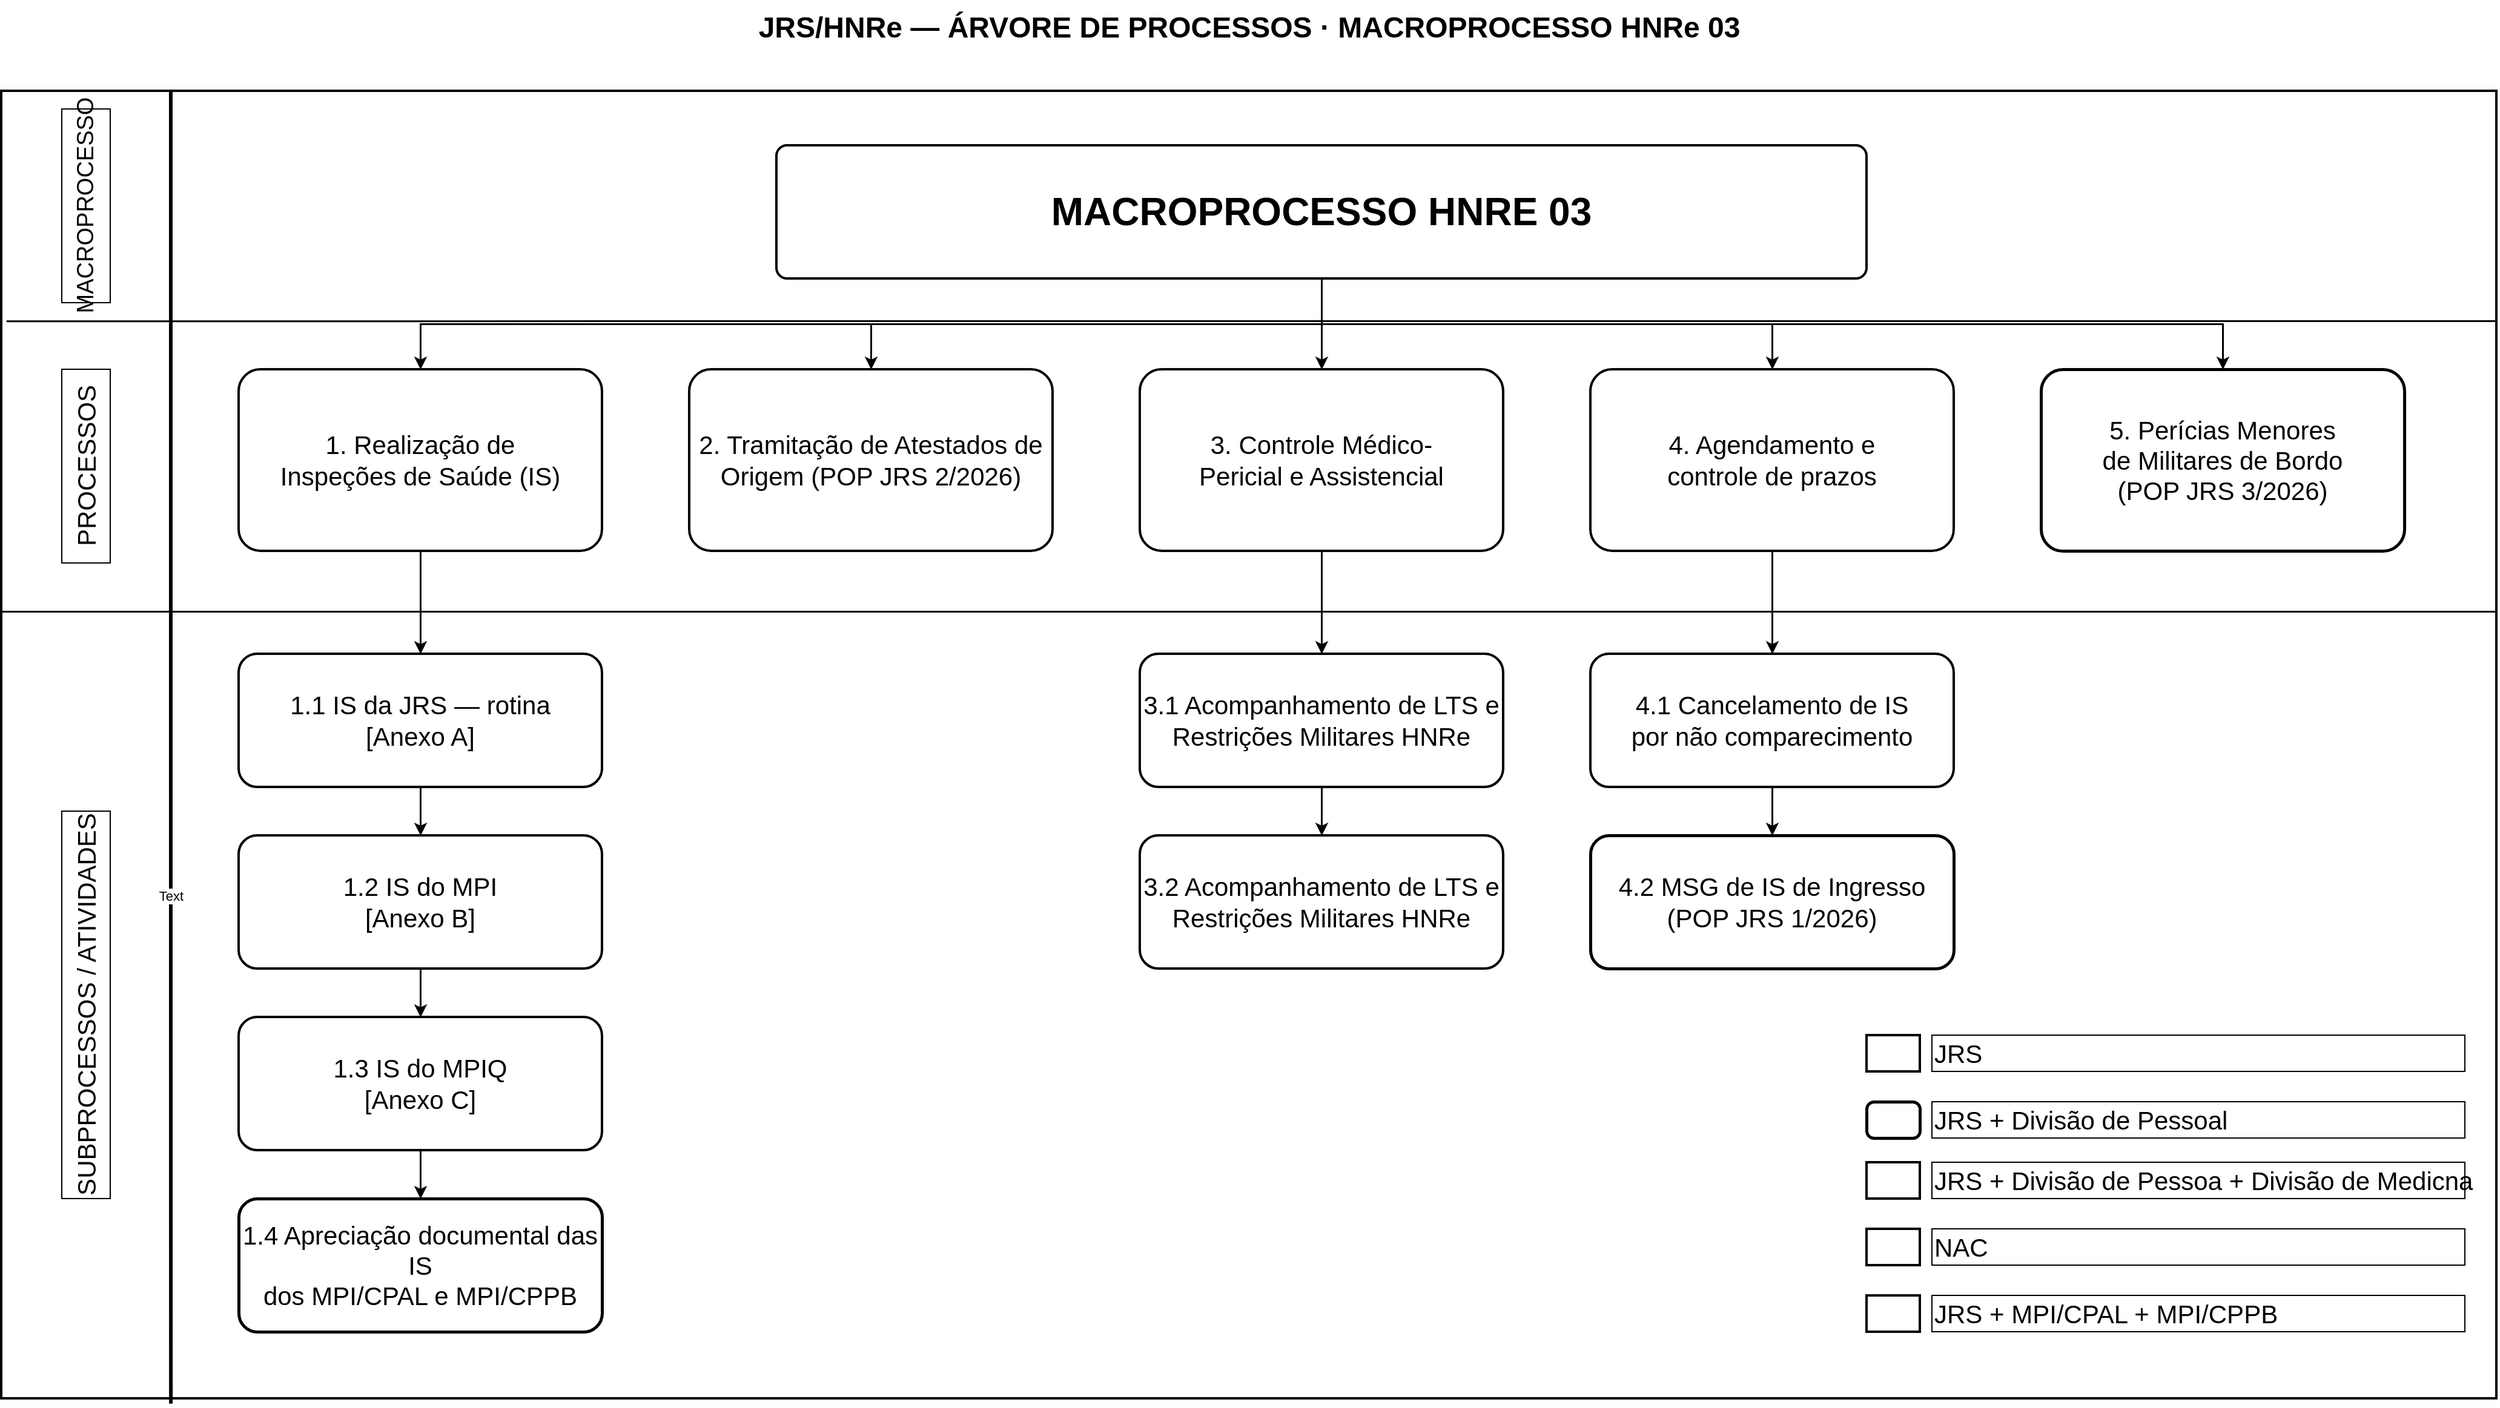
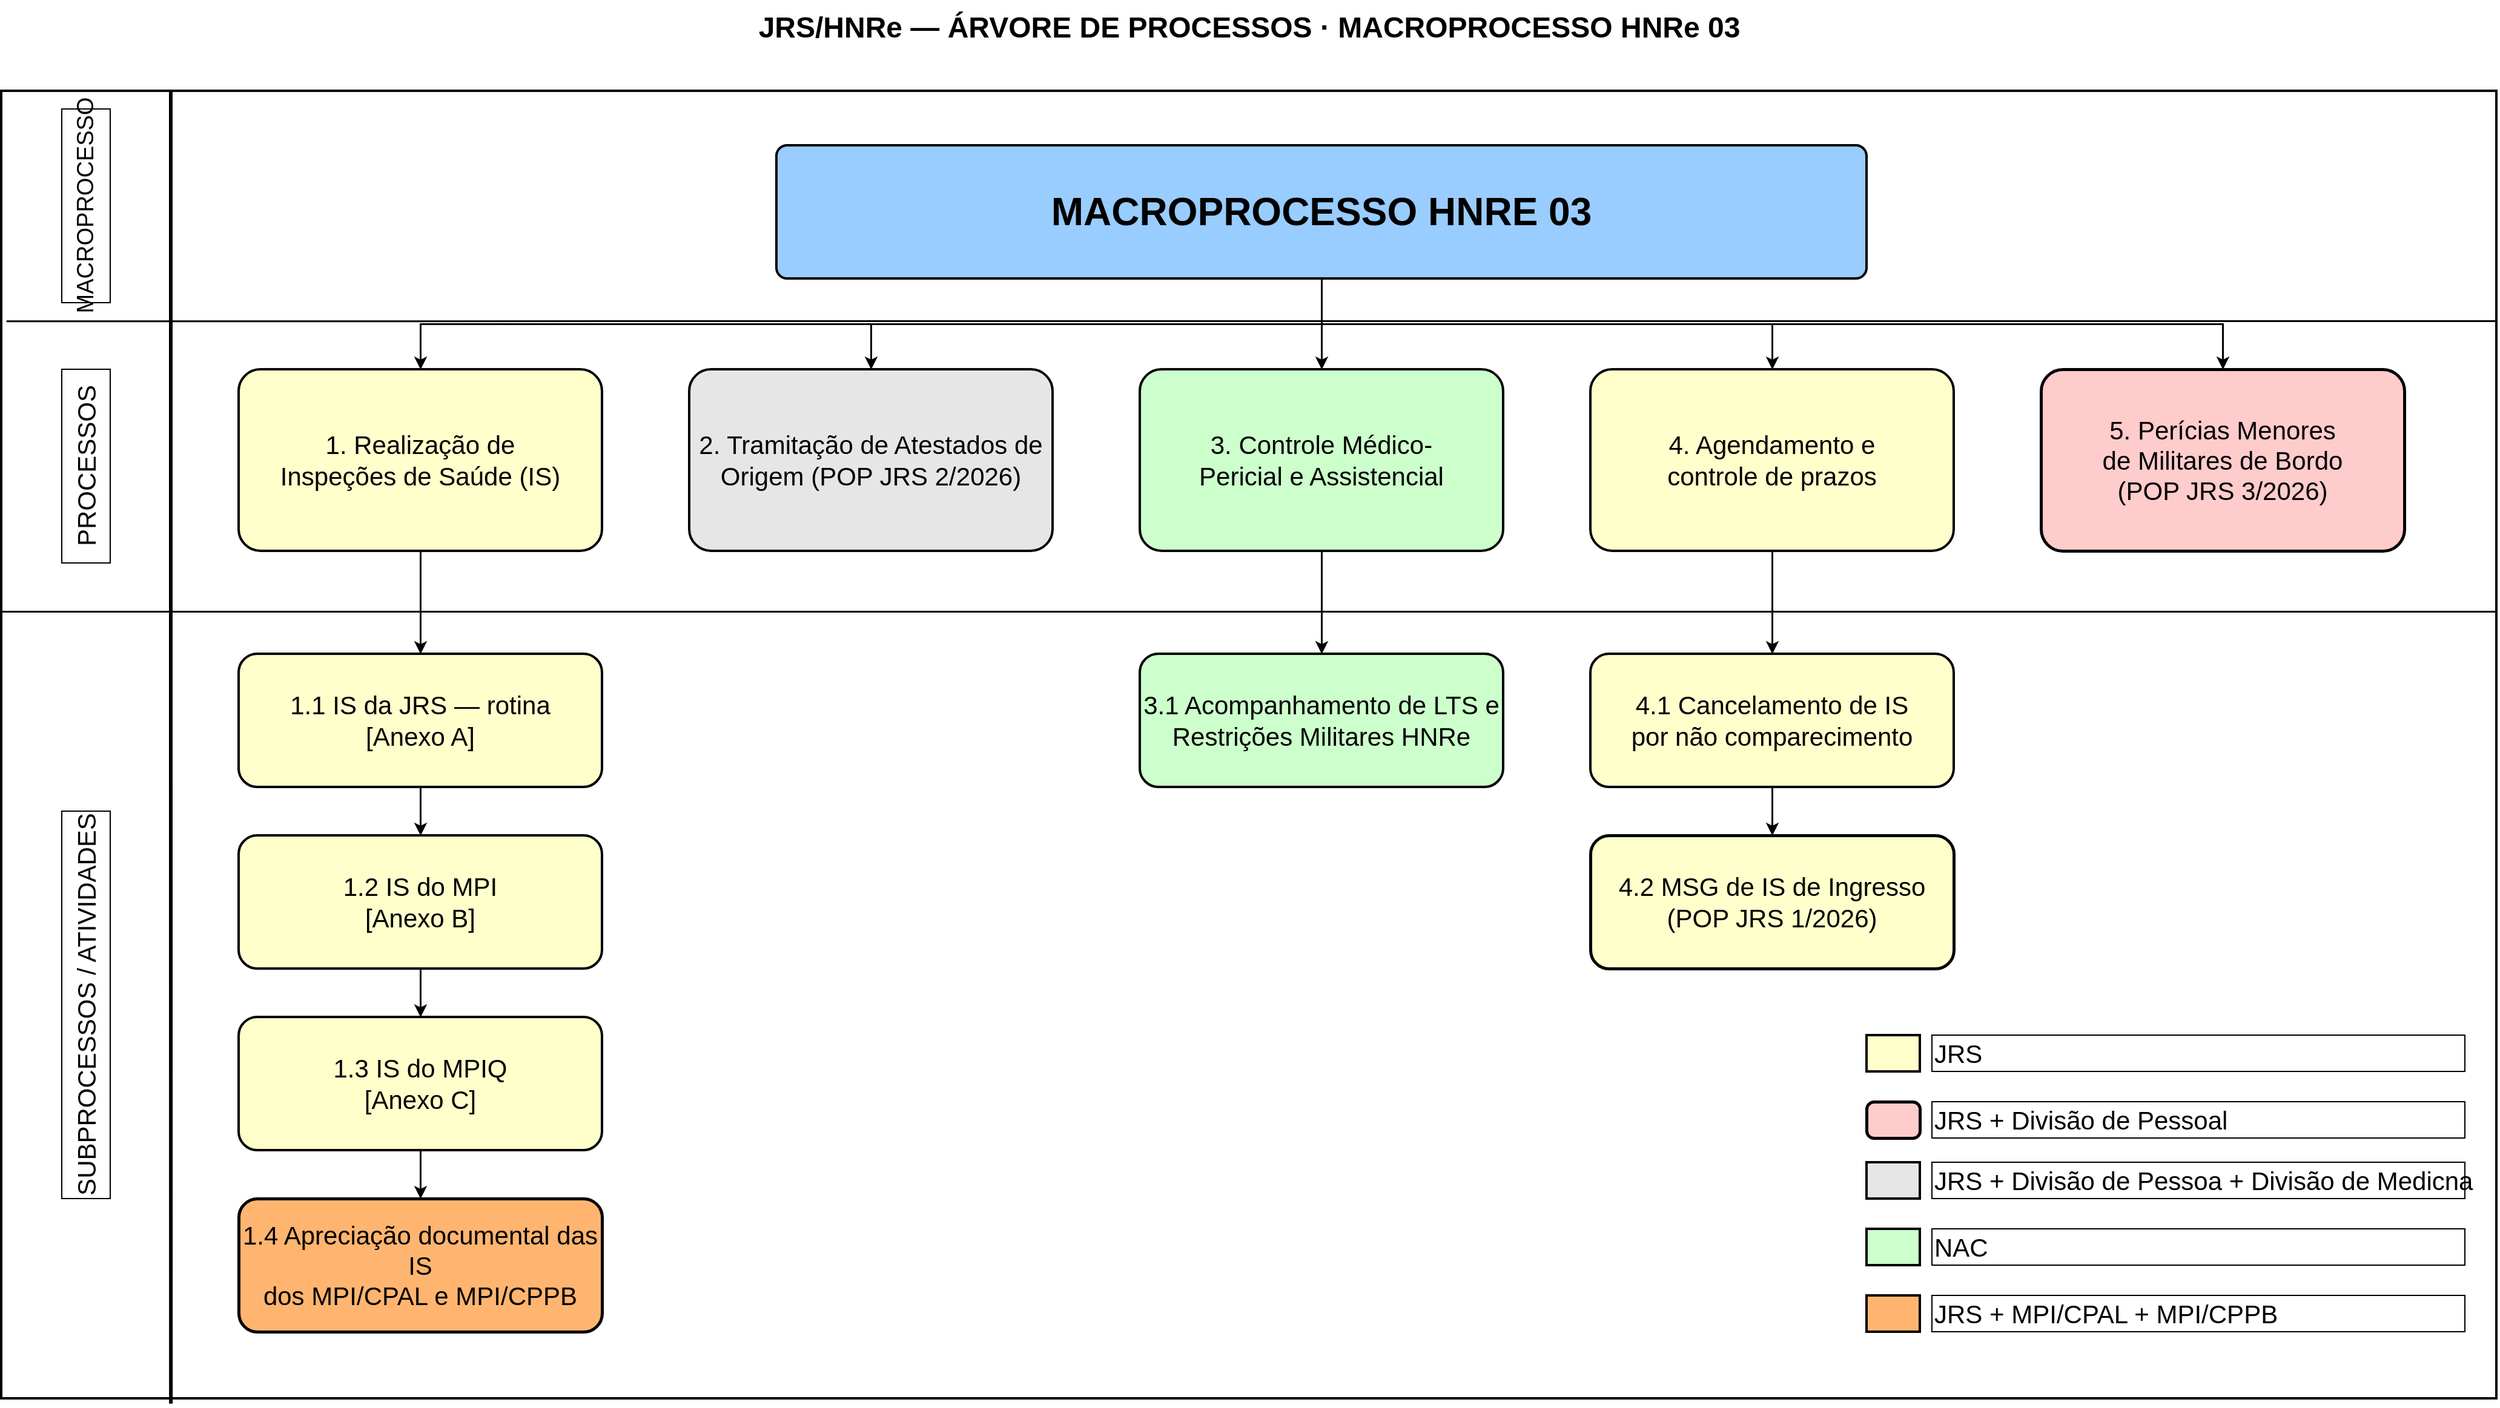
<mxfile host="app.diagrams.net">
  <diagram id="6kTDRHf5yJb3ey97pPQ_" name="Página-2">
    <mxGraphModel dx="2076" dy="1573" grid="1" gridSize="10" guides="1" tooltips="1" connect="1" arrows="1" fold="1" page="1" pageScale="1" pageWidth="1169" pageHeight="827" background="light-dark(#FFFFFF,#FFFFFF)" math="0" shadow="0">
      <root>
        <mxCell id="0" />
        <mxCell id="1" parent="0" />
        <mxCell id="6d7ICHkEUxfARChrh0_i-1" parent="1" style="text;html=1;align=center;verticalAlign=middle;fontSize=24;fontStyle=1;fillColor=none;" value="JRS/HNRe — ÁRVORE DE PROCESSOS · MACROPROCESSO HNRe 03" vertex="1">
          <mxGeometry height="45" width="2060" x="60" y="35" as="geometry" />
        </mxCell>
        <mxCell id="6d7ICHkEUxfARChrh0_i-2" parent="1" style="rounded=0;whiteSpace=wrap;html=1;strokeWidth=2;fillColor=none;strokeColor=light-dark(#000000,#000000);fontFamily=Helvetica;fontColor=light-dark(#000000,#000000);fontSize=21;labelBorderColor=none;labelBackgroundColor=none;convertToSvg=1;svgWhiteSpace=wrap;fontStyle=0" value="" vertex="1">
          <mxGeometry height="1080" width="2060" x="60" y="110" as="geometry" />
        </mxCell>
        <mxCell id="6d7ICHkEUxfARChrh0_i-3" edge="1" parent="1" style="endArrow=none;html=1;strokeWidth=3;fillColor=none;strokeColor=light-dark(#000000,#000000);fontFamily=Helvetica;fontColor=light-dark(#000000,#000000);fontSize=21;labelBorderColor=none;labelBackgroundColor=none;convertToSvg=1;fontStyle=0;entryX=0.068;entryY=1.004;entryDx=0;entryDy=0;entryPerimeter=0;rounded=0;curved=0;" target="6d7ICHkEUxfARChrh0_i-2" value="">
          <mxGeometry relative="1" as="geometry">
            <Array as="points">
              <mxPoint x="200" y="650" />
            </Array>
            <mxPoint x="200" y="110" as="sourcePoint" />
            <mxPoint x="200" y="1190" as="targetPoint" />
-           </mxGeometry>
-         </mxCell>
-         <mxCell id="6d7ICHkEUxfARChrh0_i-47" connectable="0" parent="6d7ICHkEUxfARChrh0_i-3" style="edgeLabel;html=1;align=center;verticalAlign=middle;resizable=0;points=[];" value="Text" vertex="1">
-           <mxGeometry relative="1" x="0.2259" as="geometry">
-             <mxPoint as="offset" />
          </mxGeometry>
        </mxCell>
        <mxCell id="6d7ICHkEUxfARChrh0_i-4" edge="1" parent="1" source="6d7ICHkEUxfARChrh0_i-2" style="endArrow=none;html=1;strokeWidth=1.5;fillColor=none;strokeColor=light-dark(#000000,#000000);fontFamily=Helvetica;fontColor=light-dark(#000000,#000000);fontSize=21;labelBorderColor=none;labelBackgroundColor=none;convertToSvg=1;fontStyle=0;exitX=0.002;exitY=0.176;exitDx=0;exitDy=0;exitPerimeter=0;" value="">
          <mxGeometry relative="1" as="geometry">
            <mxPoint x="60" y="300" as="sourcePoint" />
            <mxPoint x="2120" y="300" as="targetPoint" />
          </mxGeometry>
        </mxCell>
        <mxCell id="6d7ICHkEUxfARChrh0_i-5" edge="1" parent="1" style="endArrow=none;html=1;strokeWidth=1.5;fillColor=none;strokeColor=light-dark(#000000,#000000);fontFamily=Helvetica;fontColor=light-dark(#000000,#000000);fontSize=21;labelBorderColor=none;labelBackgroundColor=none;convertToSvg=1;fontStyle=0" value="">
          <mxGeometry relative="1" as="geometry">
            <mxPoint x="60" y="540" as="sourcePoint" />
            <mxPoint x="2120" y="540" as="targetPoint" />
          </mxGeometry>
        </mxCell>
        <mxCell id="6d7ICHkEUxfARChrh0_i-6" parent="1" style="text;html=1;horizontal=0;align=center;verticalAlign=middle;fontSize=19;fontStyle=0;fillColor=none;strokeColor=light-dark(#000000,transparent);fontFamily=Helvetica;fontColor=light-dark(#000000,#000000);labelBorderColor=none;labelBackgroundColor=none;convertToSvg=1;" value="MACROPROCESSO" vertex="1">
          <mxGeometry height="160" width="40" x="110" y="125" as="geometry" />
        </mxCell>
        <mxCell id="6d7ICHkEUxfARChrh0_i-7" parent="1" style="text;html=1;horizontal=0;align=center;verticalAlign=middle;fontSize=21;fontStyle=0;fillColor=none;strokeColor=light-dark(#000000,transparent);fontFamily=Helvetica;fontColor=light-dark(#000000,#000000);labelBorderColor=none;labelBackgroundColor=none;convertToSvg=1;strokeWidth=1;" value="PROCESSOS" vertex="1">
          <mxGeometry height="160" width="40" x="110" y="340" as="geometry" />
        </mxCell>
        <mxCell id="6d7ICHkEUxfARChrh0_i-8" parent="1" style="text;html=1;horizontal=0;align=center;verticalAlign=middle;fontSize=21;fontStyle=0;fillColor=none;strokeColor=light-dark(#000000,transparent);fontFamily=Helvetica;fontColor=light-dark(#000000,#000000);labelBorderColor=none;labelBackgroundColor=none;convertToSvg=1;" value="SUBPROCESSOS / ATIVIDADES" vertex="1">
          <mxGeometry height="320" width="40" x="110" y="705" as="geometry" />
        </mxCell>
-         <mxCell id="6d7ICHkEUxfARChrh0_i-9" parent="1" style="rounded=1;whiteSpace=wrap;html=1;arcSize=8;strokeWidth=2;fontSize=32;fontStyle=1;verticalAlign=middle;align=center;fillColor=light-dark(#FFFFFF,#99CCFF);strokeColor=light-dark(#000000,#000000);fontFamily=Helvetica;fontColor=light-dark(#000000,#000000);labelBorderColor=none;labelBackgroundColor=none;convertToSvg=1;svgWhiteSpace=wrap;" value="MACROPROCESSO HNRE 03" vertex="1">
+         <mxCell id="6d7ICHkEUxfARChrh0_i-9" parent="1" style="rounded=1;whiteSpace=wrap;html=1;arcSize=8;strokeWidth=2;fontSize=32;fontStyle=1;verticalAlign=middle;align=center;fillColor=light-dark(#99CCFF,#99CCFF);strokeColor=light-dark(#000000,#000000);fontFamily=Helvetica;fontColor=light-dark(#000000,#000000);labelBorderColor=none;labelBackgroundColor=none;convertToSvg=1;svgWhiteSpace=wrap;" value="MACROPROCESSO HNRE 03" vertex="1">
          <mxGeometry height="110" width="900" x="700" y="155" as="geometry" />
        </mxCell>
-         <mxCell id="6d7ICHkEUxfARChrh0_i-10" parent="1" style="rounded=1;whiteSpace=wrap;html=1;arcSize=12;strokeWidth=2;fontSize=21;fontStyle=0;verticalAlign=middle;align=center;fillColor=light-dark(#FFFFFF,#FFFFCC);strokeColor=light-dark(#000000,#000000);fontFamily=Helvetica;fontColor=light-dark(#000000,#000000);labelBorderColor=none;labelBackgroundColor=none;convertToSvg=1;svgWhiteSpace=wrap;" value="1. Realização de&lt;br&gt;Inspeções de Saúde (IS)" vertex="1">
+         <mxCell id="6d7ICHkEUxfARChrh0_i-10" parent="1" style="rounded=1;whiteSpace=wrap;html=1;arcSize=12;strokeWidth=2;fontSize=21;fontStyle=0;verticalAlign=middle;align=center;fillColor=light-dark(#FFFFCC,#FFFFCC);strokeColor=light-dark(#000000,#000000);fontFamily=Helvetica;fontColor=light-dark(#000000,#000000);labelBorderColor=none;labelBackgroundColor=none;convertToSvg=1;svgWhiteSpace=wrap;" value="1. Realização de&lt;br&gt;Inspeções de Saúde (IS)" vertex="1">
          <mxGeometry height="150" width="300" x="256" y="340" as="geometry" />
        </mxCell>
-         <mxCell id="6d7ICHkEUxfARChrh0_i-11" parent="1" style="rounded=1;whiteSpace=wrap;html=1;arcSize=12;strokeWidth=2;fontSize=21;fontStyle=0;verticalAlign=middle;align=center;fillColor=light-dark(#FFFFFF,#E6E6E6);strokeColor=light-dark(#000000,#000000);fontFamily=Helvetica;fontColor=light-dark(#000000,#000000);labelBorderColor=none;labelBackgroundColor=none;convertToSvg=1;svgWhiteSpace=wrap;" value="2. Tramitação de Atestados de Origem (POP JRS 2/2026)" vertex="1">
+         <mxCell id="6d7ICHkEUxfARChrh0_i-11" parent="1" style="rounded=1;whiteSpace=wrap;html=1;arcSize=12;strokeWidth=2;fontSize=21;fontStyle=0;verticalAlign=middle;align=center;fillColor=light-dark(#E6E6E6,#E6E6E6);strokeColor=light-dark(#000000,#000000);fontFamily=Helvetica;fontColor=light-dark(#000000,#000000);labelBorderColor=none;labelBackgroundColor=none;convertToSvg=1;svgWhiteSpace=wrap;" value="2. Tramitação de Atestados de Origem (POP JRS 2/2026)" vertex="1">
          <mxGeometry height="150" width="300" x="628" y="340" as="geometry" />
        </mxCell>
-         <mxCell id="6d7ICHkEUxfARChrh0_i-12" parent="1" style="rounded=1;whiteSpace=wrap;html=1;arcSize=12;strokeWidth=2;fontSize=21;fontStyle=0;verticalAlign=middle;align=center;fillColor=light-dark(#FFFFFF,#CCFFCC);strokeColor=light-dark(#000000,#000000);fontFamily=Helvetica;fontColor=light-dark(#000000,#000000);labelBorderColor=none;labelBackgroundColor=none;convertToSvg=1;svgWhiteSpace=wrap;" value="3. Controle Médico-&lt;br&gt;Pericial e Assistencial" vertex="1">
+         <mxCell id="6d7ICHkEUxfARChrh0_i-12" parent="1" style="rounded=1;whiteSpace=wrap;html=1;arcSize=12;strokeWidth=2;fontSize=21;fontStyle=0;verticalAlign=middle;align=center;fillColor=light-dark(#CCFFCC,#CCFFCC);strokeColor=light-dark(#000000,#000000);fontFamily=Helvetica;fontColor=light-dark(#000000,#000000);labelBorderColor=none;labelBackgroundColor=none;convertToSvg=1;svgWhiteSpace=wrap;" value="3. Controle Médico-&lt;br&gt;Pericial e Assistencial" vertex="1">
          <mxGeometry height="150" width="300" x="1000" y="340" as="geometry" />
        </mxCell>
-         <mxCell id="6d7ICHkEUxfARChrh0_i-13" parent="1" style="rounded=1;whiteSpace=wrap;html=1;arcSize=12;strokeWidth=2;fontSize=21;fontStyle=0;verticalAlign=middle;align=center;fillColor=light-dark(#FFFFFF,#FFFFCC);strokeColor=light-dark(#000000,#000000);fontFamily=Helvetica;fontColor=light-dark(#000000,#000000);labelBorderColor=none;labelBackgroundColor=none;convertToSvg=1;svgWhiteSpace=wrap;" value="4. Agendamento e&lt;br&gt;controle de prazos" vertex="1">
+         <mxCell id="6d7ICHkEUxfARChrh0_i-13" parent="1" style="rounded=1;whiteSpace=wrap;html=1;arcSize=12;strokeWidth=2;fontSize=21;fontStyle=0;verticalAlign=middle;align=center;fillColor=light-dark(#FFFFCC,#FFFFCC);strokeColor=light-dark(#000000,#000000);fontFamily=Helvetica;fontColor=light-dark(#000000,#000000);labelBorderColor=none;labelBackgroundColor=none;convertToSvg=1;svgWhiteSpace=wrap;" value="4. Agendamento e&lt;br&gt;controle de prazos" vertex="1">
          <mxGeometry height="150" width="300" x="1372" y="340" as="geometry" />
        </mxCell>
-         <mxCell id="6d7ICHkEUxfARChrh0_i-14" parent="1" style="rounded=1;whiteSpace=wrap;html=1;arcSize=12;strokeWidth=2.5;fontSize=21;fontStyle=0;verticalAlign=middle;align=center;fillColor=light-dark(#FFFFFF,#FFCCCC);strokeColor=light-dark(#000000,#000000);fontFamily=Helvetica;fontColor=light-dark(#000000,#000000);labelBorderColor=none;labelBackgroundColor=none;convertToSvg=1;svgWhiteSpace=wrap;gradientColor=none;" value="5. Perícias Menores&lt;br&gt;de Militares de Bordo&lt;br&gt;(POP JRS 3/2026)" vertex="1">
+         <mxCell id="6d7ICHkEUxfARChrh0_i-14" parent="1" style="rounded=1;whiteSpace=wrap;html=1;arcSize=12;strokeWidth=2.5;fontSize=21;fontStyle=0;verticalAlign=middle;align=center;fillColor=light-dark(#FFCCCC,#FFCCCC);strokeColor=light-dark(#000000,#000000);fontFamily=Helvetica;fontColor=light-dark(#000000,#000000);labelBorderColor=none;labelBackgroundColor=none;convertToSvg=1;svgWhiteSpace=wrap;gradientColor=none;" value="5. Perícias Menores&lt;br&gt;de Militares de Bordo&lt;br&gt;(POP JRS 3/2026)" vertex="1">
          <mxGeometry height="150" width="300" x="1744" y="340" as="geometry" />
        </mxCell>
-         <mxCell id="6d7ICHkEUxfARChrh0_i-15" parent="1" style="rounded=1;whiteSpace=wrap;html=1;arcSize=14;strokeWidth=2;fontSize=21;verticalAlign=middle;align=center;fillColor=light-dark(transparent,#FFFFCC);strokeColor=light-dark(#000000,#000000);fontFamily=Helvetica;fontColor=light-dark(#000000,#000000);labelBorderColor=none;labelBackgroundColor=none;convertToSvg=1;svgWhiteSpace=wrap;fontStyle=0" value="1.1 IS da JRS — rotina&lt;br&gt;[Anexo A]" vertex="1">
+         <mxCell id="6d7ICHkEUxfARChrh0_i-15" parent="1" style="rounded=1;whiteSpace=wrap;html=1;arcSize=14;strokeWidth=2;fontSize=21;verticalAlign=middle;align=center;fillColor=light-dark(#FFFFCC,#FFFFCC);strokeColor=light-dark(#000000,#000000);fontFamily=Helvetica;fontColor=light-dark(#000000,#000000);labelBorderColor=none;labelBackgroundColor=none;convertToSvg=1;svgWhiteSpace=wrap;fontStyle=0" value="1.1 IS da JRS — rotina&lt;br&gt;[Anexo A]" vertex="1">
          <mxGeometry height="110" width="300" x="256" y="575" as="geometry" />
        </mxCell>
-         <mxCell id="6d7ICHkEUxfARChrh0_i-16" parent="1" style="rounded=1;whiteSpace=wrap;html=1;arcSize=14;strokeWidth=2;fontSize=21;verticalAlign=middle;align=center;fillColor=light-dark(transparent,#FFFFCC);strokeColor=light-dark(#000000,#000000);fontFamily=Helvetica;fontColor=light-dark(#000000,#000000);labelBorderColor=none;labelBackgroundColor=none;convertToSvg=1;svgWhiteSpace=wrap;fontStyle=0" value="1.2 IS do MPI&lt;br&gt;[Anexo B]" vertex="1">
+         <mxCell id="6d7ICHkEUxfARChrh0_i-16" parent="1" style="rounded=1;whiteSpace=wrap;html=1;arcSize=14;strokeWidth=2;fontSize=21;verticalAlign=middle;align=center;fillColor=light-dark(#FFFFCC,#FFFFCC);strokeColor=light-dark(#000000,#000000);fontFamily=Helvetica;fontColor=light-dark(#000000,#000000);labelBorderColor=none;labelBackgroundColor=none;convertToSvg=1;svgWhiteSpace=wrap;fontStyle=0" value="1.2 IS do MPI&lt;br&gt;[Anexo B]" vertex="1">
          <mxGeometry height="110" width="300" x="256" y="725" as="geometry" />
        </mxCell>
-         <mxCell id="6d7ICHkEUxfARChrh0_i-17" parent="1" style="rounded=1;whiteSpace=wrap;html=1;arcSize=14;strokeWidth=2;fontSize=21;verticalAlign=middle;align=center;fillColor=light-dark(transparent,#FFFFCC);strokeColor=light-dark(#000000,#000000);fontFamily=Helvetica;fontColor=light-dark(#000000,#000000);labelBorderColor=none;labelBackgroundColor=none;convertToSvg=1;svgWhiteSpace=wrap;fontStyle=0" value="1.3 IS do MPIQ&lt;br&gt;[Anexo C]" vertex="1">
+         <mxCell id="6d7ICHkEUxfARChrh0_i-17" parent="1" style="rounded=1;whiteSpace=wrap;html=1;arcSize=14;strokeWidth=2;fontSize=21;verticalAlign=middle;align=center;fillColor=light-dark(#FFFFCC,#FFFFCC);strokeColor=light-dark(#000000,#000000);fontFamily=Helvetica;fontColor=light-dark(#000000,#000000);labelBorderColor=none;labelBackgroundColor=none;convertToSvg=1;svgWhiteSpace=wrap;fontStyle=0" value="1.3 IS do MPIQ&lt;br&gt;[Anexo C]" vertex="1">
          <mxGeometry height="110" width="300" x="256" y="875" as="geometry" />
        </mxCell>
-         <mxCell id="6d7ICHkEUxfARChrh0_i-18" parent="1" style="rounded=1;whiteSpace=wrap;html=1;arcSize=14;strokeWidth=2.5;fontSize=21;verticalAlign=middle;align=center;fillColor=light-dark(transparent,#FFB570);strokeColor=light-dark(#000000,#000000);fontFamily=Helvetica;fontColor=light-dark(#000000,#000000);labelBorderColor=none;labelBackgroundColor=none;convertToSvg=1;svgWhiteSpace=wrap;fontStyle=0" value="1.4 Apreciação documental das IS&lt;br&gt;dos MPI/CPAL e MPI/CPPB" vertex="1">
+         <mxCell id="6d7ICHkEUxfARChrh0_i-18" parent="1" style="rounded=1;whiteSpace=wrap;html=1;arcSize=14;strokeWidth=2.5;fontSize=21;verticalAlign=middle;align=center;fillColor=light-dark(#FFB570,#FFB570);strokeColor=light-dark(#000000,#000000);fontFamily=Helvetica;fontColor=light-dark(#000000,#000000);labelBorderColor=none;labelBackgroundColor=none;convertToSvg=1;svgWhiteSpace=wrap;fontStyle=0" value="1.4 Apreciação documental das IS&lt;br&gt;dos MPI/CPAL e MPI/CPPB" vertex="1">
          <mxGeometry height="110" width="300" x="256" y="1025" as="geometry" />
        </mxCell>
-         <mxCell id="6d7ICHkEUxfARChrh0_i-19" parent="1" style="rounded=1;whiteSpace=wrap;html=1;arcSize=14;strokeWidth=2;fontSize=21;verticalAlign=middle;align=center;fillColor=light-dark(transparent,#CCFFCC);strokeColor=light-dark(#000000,#000000);fontFamily=Helvetica;fontColor=light-dark(#000000,#000000);labelBorderColor=none;labelBackgroundColor=none;convertToSvg=1;svgWhiteSpace=wrap;fontStyle=0" value="3.1 Acompanhamento de LTS e&lt;br&gt;Restrições Militares HNRe" vertex="1">
+         <mxCell id="6d7ICHkEUxfARChrh0_i-19" parent="1" style="rounded=1;whiteSpace=wrap;html=1;arcSize=14;strokeWidth=2;fontSize=21;verticalAlign=middle;align=center;fillColor=light-dark(#CCFFCC,#CCFFCC);strokeColor=light-dark(#000000,#000000);fontFamily=Helvetica;fontColor=light-dark(#000000,#000000);labelBorderColor=none;labelBackgroundColor=none;convertToSvg=1;svgWhiteSpace=wrap;fontStyle=0" value="3.1 Acompanhamento de LTS e&lt;br&gt;Restrições Militares HNRe" vertex="1">
          <mxGeometry height="110" width="300" x="1000" y="575" as="geometry" />
        </mxCell>
-         <mxCell id="6d7ICHkEUxfARChrh0_i-20" parent="1" style="rounded=1;whiteSpace=wrap;html=1;arcSize=14;strokeWidth=2;fontSize=21;verticalAlign=middle;align=center;fillColor=light-dark(transparent,#CCFFCC);strokeColor=light-dark(#000000,#000000);fontFamily=Helvetica;fontColor=light-dark(#000000,#000000);labelBorderColor=none;labelBackgroundColor=none;convertToSvg=1;svgWhiteSpace=wrap;fontStyle=0" value="3.2 Acompanhamento de LTS e&lt;br&gt;Restrições Militares HNRe" vertex="1">
-           <mxGeometry height="110" width="300" x="1000" y="725" as="geometry" />
-         </mxCell>
-         <mxCell id="6d7ICHkEUxfARChrh0_i-21" parent="1" style="rounded=1;whiteSpace=wrap;html=1;arcSize=14;strokeWidth=2;fontSize=21;verticalAlign=middle;align=center;fillColor=light-dark(#FFFFFF,#FFFFCC);strokeColor=light-dark(#000000,#000000);fontFamily=Helvetica;fontColor=light-dark(#000000,#000000);labelBorderColor=none;labelBackgroundColor=none;convertToSvg=1;svgWhiteSpace=wrap;fontStyle=0" value="4.1 Cancelamento de IS&lt;br&gt;por não comparecimento" vertex="1">
+         <mxCell id="6d7ICHkEUxfARChrh0_i-21" parent="1" style="rounded=1;whiteSpace=wrap;html=1;arcSize=14;strokeWidth=2;fontSize=21;verticalAlign=middle;align=center;fillColor=light-dark(#FFFFCC,#FFFFCC);strokeColor=light-dark(#000000,#000000);fontFamily=Helvetica;fontColor=light-dark(#000000,#000000);labelBorderColor=none;labelBackgroundColor=none;convertToSvg=1;svgWhiteSpace=wrap;fontStyle=0" value="4.1 Cancelamento de IS&lt;br&gt;por não comparecimento" vertex="1">
          <mxGeometry height="110" width="300" x="1372" y="575" as="geometry" />
        </mxCell>
-         <mxCell id="6d7ICHkEUxfARChrh0_i-22" parent="1" style="rounded=1;whiteSpace=wrap;html=1;arcSize=14;strokeWidth=2.5;fontSize=21;fontStyle=0;verticalAlign=middle;align=center;fillColor=light-dark(#FFFFFF,#FFFFCC);strokeColor=light-dark(#000000,#000000);fontFamily=Helvetica;fontColor=light-dark(#000000,#000000);labelBorderColor=none;labelBackgroundColor=none;convertToSvg=1;svgWhiteSpace=wrap;" value="4.2 MSG de IS de Ingresso&lt;br&gt;(POP JRS 1/2026)" vertex="1">
+         <mxCell id="6d7ICHkEUxfARChrh0_i-22" parent="1" style="rounded=1;whiteSpace=wrap;html=1;arcSize=14;strokeWidth=2.5;fontSize=21;fontStyle=0;verticalAlign=middle;align=center;fillColor=light-dark(#FFFFCC,#FFFFCC);strokeColor=light-dark(#000000,#000000);fontFamily=Helvetica;fontColor=light-dark(#000000,#000000);labelBorderColor=none;labelBackgroundColor=none;convertToSvg=1;svgWhiteSpace=wrap;" value="4.2 MSG de IS de Ingresso&lt;br&gt;(POP JRS 1/2026)" vertex="1">
          <mxGeometry height="110" width="300" x="1372" y="725" as="geometry" />
        </mxCell>
        <mxCell id="6d7ICHkEUxfARChrh0_i-23" edge="1" parent="1" source="6d7ICHkEUxfARChrh0_i-9" style="edgeStyle=orthogonalEdgeStyle;rounded=0;html=1;endArrow=classic;strokeWidth=1.5;exitX=0.5;exitY=1;exitDx=0;exitDy=0;entryX=0.5;entryY=0;entryDx=0;entryDy=0;fillColor=none;strokeColor=light-dark(#000000,#000000);fontFamily=Helvetica;fontColor=light-dark(#000000,#000000);fontSize=21;labelBorderColor=none;labelBackgroundColor=none;convertToSvg=1;fontStyle=0" target="6d7ICHkEUxfARChrh0_i-10">
          <mxGeometry relative="1" as="geometry" />
        </mxCell>
        <mxCell id="6d7ICHkEUxfARChrh0_i-24" edge="1" parent="1" source="6d7ICHkEUxfARChrh0_i-9" style="edgeStyle=orthogonalEdgeStyle;rounded=0;html=1;endArrow=classic;strokeWidth=1.5;exitX=0.5;exitY=1;exitDx=0;exitDy=0;entryX=0.5;entryY=0;entryDx=0;entryDy=0;fillColor=none;strokeColor=light-dark(#000000,#000000);fontFamily=Helvetica;fontColor=light-dark(#000000,#000000);fontSize=21;labelBorderColor=none;labelBackgroundColor=none;convertToSvg=1;fontStyle=0" target="6d7ICHkEUxfARChrh0_i-11">
          <mxGeometry relative="1" as="geometry" />
        </mxCell>
        <mxCell id="6d7ICHkEUxfARChrh0_i-25" edge="1" parent="1" source="6d7ICHkEUxfARChrh0_i-9" style="edgeStyle=orthogonalEdgeStyle;rounded=0;html=1;endArrow=classic;strokeWidth=1.5;exitX=0.5;exitY=1;exitDx=0;exitDy=0;entryX=0.5;entryY=0;entryDx=0;entryDy=0;fillColor=none;strokeColor=light-dark(#000000,#000000);fontFamily=Helvetica;fontColor=light-dark(#000000,#000000);fontSize=21;labelBorderColor=none;labelBackgroundColor=none;convertToSvg=1;fontStyle=0" target="6d7ICHkEUxfARChrh0_i-12">
          <mxGeometry relative="1" as="geometry" />
        </mxCell>
        <mxCell id="6d7ICHkEUxfARChrh0_i-26" edge="1" parent="1" source="6d7ICHkEUxfARChrh0_i-9" style="edgeStyle=orthogonalEdgeStyle;rounded=0;html=1;endArrow=classic;strokeWidth=1.5;exitX=0.5;exitY=1;exitDx=0;exitDy=0;entryX=0.5;entryY=0;entryDx=0;entryDy=0;fillColor=none;strokeColor=light-dark(#000000,#000000);fontFamily=Helvetica;fontColor=light-dark(#000000,#000000);fontSize=21;labelBorderColor=none;labelBackgroundColor=none;convertToSvg=1;fontStyle=0" target="6d7ICHkEUxfARChrh0_i-13">
          <mxGeometry relative="1" as="geometry" />
        </mxCell>
        <mxCell id="6d7ICHkEUxfARChrh0_i-27" edge="1" parent="1" source="6d7ICHkEUxfARChrh0_i-9" style="edgeStyle=orthogonalEdgeStyle;rounded=0;html=1;endArrow=classic;strokeWidth=1.5;exitX=0.5;exitY=1;exitDx=0;exitDy=0;entryX=0.5;entryY=0;entryDx=0;entryDy=0;fillColor=none;strokeColor=light-dark(#000000,#000000);fontFamily=Helvetica;fontColor=light-dark(#000000,#000000);fontSize=21;labelBorderColor=none;labelBackgroundColor=none;convertToSvg=1;fontStyle=0" target="6d7ICHkEUxfARChrh0_i-14">
          <mxGeometry relative="1" as="geometry" />
        </mxCell>
        <mxCell id="6d7ICHkEUxfARChrh0_i-28" edge="1" parent="1" source="6d7ICHkEUxfARChrh0_i-10" style="edgeStyle=orthogonalEdgeStyle;rounded=0;html=1;endArrow=classic;strokeWidth=1.5;exitX=0.5;exitY=1;entryX=0.5;entryY=0;fillColor=none;strokeColor=light-dark(#000000,#000000);fontFamily=Helvetica;fontColor=light-dark(#000000,#000000);fontSize=21;labelBorderColor=none;labelBackgroundColor=none;convertToSvg=1;fontStyle=0" target="6d7ICHkEUxfARChrh0_i-15">
          <mxGeometry relative="1" as="geometry" />
        </mxCell>
        <mxCell id="6d7ICHkEUxfARChrh0_i-29" edge="1" parent="1" source="6d7ICHkEUxfARChrh0_i-15" style="edgeStyle=orthogonalEdgeStyle;rounded=0;html=1;endArrow=classic;strokeWidth=1.5;exitX=0.5;exitY=1;entryX=0.5;entryY=0;fillColor=none;strokeColor=light-dark(#000000,#000000);fontFamily=Helvetica;fontColor=light-dark(#000000,#000000);fontSize=21;labelBorderColor=none;labelBackgroundColor=none;convertToSvg=1;fontStyle=0" target="6d7ICHkEUxfARChrh0_i-16">
          <mxGeometry relative="1" as="geometry" />
        </mxCell>
        <mxCell id="6d7ICHkEUxfARChrh0_i-30" edge="1" parent="1" source="6d7ICHkEUxfARChrh0_i-16" style="edgeStyle=orthogonalEdgeStyle;rounded=0;html=1;endArrow=classic;strokeWidth=1.5;exitX=0.5;exitY=1;entryX=0.5;entryY=0;fillColor=none;strokeColor=light-dark(#000000,#000000);fontFamily=Helvetica;fontColor=light-dark(#000000,#000000);fontSize=21;labelBorderColor=none;labelBackgroundColor=none;convertToSvg=1;fontStyle=0" target="6d7ICHkEUxfARChrh0_i-17">
          <mxGeometry relative="1" as="geometry" />
        </mxCell>
        <mxCell id="6d7ICHkEUxfARChrh0_i-31" edge="1" parent="1" source="6d7ICHkEUxfARChrh0_i-17" style="edgeStyle=orthogonalEdgeStyle;rounded=0;html=1;endArrow=classic;strokeWidth=1.5;exitX=0.5;exitY=1;entryX=0.5;entryY=0;fillColor=none;strokeColor=light-dark(#000000,#000000);fontFamily=Helvetica;fontColor=light-dark(#000000,#000000);fontSize=21;labelBorderColor=none;labelBackgroundColor=none;convertToSvg=1;fontStyle=0" target="6d7ICHkEUxfARChrh0_i-18">
          <mxGeometry relative="1" as="geometry" />
        </mxCell>
        <mxCell id="6d7ICHkEUxfARChrh0_i-32" edge="1" parent="1" source="6d7ICHkEUxfARChrh0_i-12" style="edgeStyle=orthogonalEdgeStyle;rounded=0;html=1;endArrow=classic;strokeWidth=1.5;exitX=0.5;exitY=1;entryX=0.5;entryY=0;fillColor=none;strokeColor=light-dark(#000000,#000000);fontFamily=Helvetica;fontColor=light-dark(#000000,#000000);fontSize=21;labelBorderColor=none;labelBackgroundColor=none;convertToSvg=1;fontStyle=0" target="6d7ICHkEUxfARChrh0_i-19">
          <mxGeometry relative="1" as="geometry" />
        </mxCell>
-         <mxCell id="6d7ICHkEUxfARChrh0_i-33" edge="1" parent="1" source="6d7ICHkEUxfARChrh0_i-19" style="edgeStyle=orthogonalEdgeStyle;rounded=0;html=1;endArrow=classic;strokeWidth=1.5;exitX=0.5;exitY=1;entryX=0.5;entryY=0;fillColor=none;strokeColor=light-dark(#000000,#000000);fontFamily=Helvetica;fontColor=light-dark(#000000,#000000);fontSize=21;labelBorderColor=none;labelBackgroundColor=none;convertToSvg=1;fontStyle=0" target="6d7ICHkEUxfARChrh0_i-20">
-           <mxGeometry relative="1" as="geometry" />
-         </mxCell>
        <mxCell id="6d7ICHkEUxfARChrh0_i-34" edge="1" parent="1" source="6d7ICHkEUxfARChrh0_i-13" style="edgeStyle=orthogonalEdgeStyle;rounded=0;html=1;endArrow=classic;strokeWidth=1.5;exitX=0.5;exitY=1;entryX=0.5;entryY=0;fillColor=none;strokeColor=light-dark(#000000,#000000);fontFamily=Helvetica;fontColor=light-dark(#000000,#000000);fontSize=21;labelBorderColor=none;labelBackgroundColor=none;convertToSvg=1;fontStyle=0" target="6d7ICHkEUxfARChrh0_i-21">
          <mxGeometry relative="1" as="geometry" />
        </mxCell>
        <mxCell id="6d7ICHkEUxfARChrh0_i-35" edge="1" parent="1" source="6d7ICHkEUxfARChrh0_i-21" style="edgeStyle=orthogonalEdgeStyle;rounded=0;html=1;endArrow=classic;strokeWidth=1.5;exitX=0.5;exitY=1;entryX=0.5;entryY=0;fillColor=none;strokeColor=light-dark(#000000,#000000);fontFamily=Helvetica;fontColor=light-dark(#000000,#000000);fontSize=21;labelBorderColor=none;labelBackgroundColor=none;convertToSvg=1;fontStyle=0" target="6d7ICHkEUxfARChrh0_i-22">
          <mxGeometry relative="1" as="geometry" />
        </mxCell>
-         <mxCell id="6d7ICHkEUxfARChrh0_i-36" parent="1" style="rounded=1;whiteSpace=wrap;html=1;arcSize=20;strokeWidth=2.5;fillColor=light-dark(transparent,#FFCCCC);strokeColor=light-dark(#000000,#000000);fontFamily=Helvetica;fontColor=light-dark(#000000,#000000);fontSize=21;labelBorderColor=none;labelBackgroundColor=none;convertToSvg=1;svgWhiteSpace=wrap;fontStyle=0" value="" vertex="1">
+         <mxCell id="6d7ICHkEUxfARChrh0_i-36" parent="1" style="rounded=1;whiteSpace=wrap;html=1;arcSize=20;strokeWidth=2.5;fillColor=light-dark(#FFCCCC,#FFCCCC);strokeColor=light-dark(#000000,#000000);fontFamily=Helvetica;fontColor=light-dark(#000000,#000000);fontSize=21;labelBorderColor=none;labelBackgroundColor=none;convertToSvg=1;svgWhiteSpace=wrap;fontStyle=0" value="" vertex="1">
          <mxGeometry height="30" width="44" x="1600" y="945" as="geometry" />
        </mxCell>
        <mxCell id="6d7ICHkEUxfARChrh0_i-37" parent="1" style="text;html=1;align=left;verticalAlign=middle;fontSize=21;fillColor=none;strokeColor=light-dark(#000000,#000000);fontFamily=Helvetica;fontColor=light-dark(#000000,#000000);labelBorderColor=none;labelBackgroundColor=none;convertToSvg=1;fontStyle=0" value="JRS + Divisão de Pessoal" vertex="1">
          <mxGeometry height="30" width="440" x="1654" y="945" as="geometry" />
        </mxCell>
-         <mxCell id="6d7ICHkEUxfARChrh0_i-38" parent="1" style="rounded=0;whiteSpace=wrap;html=1;strokeWidth=2;fillColor=light-dark(transparent,#CCFFCC);strokeColor=light-dark(#000000,#000000);fontFamily=Helvetica;fontColor=light-dark(#000000,#000000);fontSize=21;labelBorderColor=none;labelBackgroundColor=none;convertToSvg=1;svgWhiteSpace=wrap;fontStyle=0" value="" vertex="1">
+         <mxCell id="6d7ICHkEUxfARChrh0_i-38" parent="1" style="rounded=0;whiteSpace=wrap;html=1;strokeWidth=2;fillColor=light-dark(#CCFFCC,#CCFFCC);strokeColor=light-dark(#000000,#000000);fontFamily=Helvetica;fontColor=light-dark(#000000,#000000);fontSize=21;labelBorderColor=none;labelBackgroundColor=none;convertToSvg=1;svgWhiteSpace=wrap;fontStyle=0" value="" vertex="1">
          <mxGeometry height="30" width="44" x="1600" y="1050" as="geometry" />
        </mxCell>
        <mxCell id="6d7ICHkEUxfARChrh0_i-39" parent="1" style="text;html=1;align=left;verticalAlign=middle;fontSize=21;fillColor=none;strokeColor=light-dark(#000000,#000000);fontFamily=Helvetica;fontColor=light-dark(#000000,#000000);labelBorderColor=none;labelBackgroundColor=none;convertToSvg=1;fontStyle=0" value="NAC" vertex="1">
          <mxGeometry height="30" width="440" x="1654" y="1050" as="geometry" />
        </mxCell>
-         <mxCell id="6d7ICHkEUxfARChrh0_i-41" parent="1" style="rounded=0;whiteSpace=wrap;html=1;strokeWidth=2;fillColor=light-dark(transparent,#E6E6E6);strokeColor=light-dark(#000000,#000000);fontFamily=Helvetica;fontColor=light-dark(#000000,#000000);fontSize=21;labelBorderColor=none;labelBackgroundColor=none;convertToSvg=1;svgWhiteSpace=wrap;fontStyle=0" value="" vertex="1">
+         <mxCell id="6d7ICHkEUxfARChrh0_i-41" parent="1" style="rounded=0;whiteSpace=wrap;html=1;strokeWidth=2;fillColor=light-dark(#E6E6E6,#E6E6E6);strokeColor=light-dark(#000000,#000000);fontFamily=Helvetica;fontColor=light-dark(#000000,#000000);fontSize=21;labelBorderColor=none;labelBackgroundColor=none;convertToSvg=1;svgWhiteSpace=wrap;fontStyle=0" value="" vertex="1">
          <mxGeometry height="30" width="44" x="1600" y="995" as="geometry" />
        </mxCell>
        <mxCell id="6d7ICHkEUxfARChrh0_i-42" parent="1" style="text;html=1;align=left;verticalAlign=middle;fontSize=21;fillColor=none;strokeColor=light-dark(#000000,#000000);fontFamily=Helvetica;fontColor=light-dark(#000000,#000000);labelBorderColor=none;labelBackgroundColor=none;convertToSvg=1;fontStyle=0" value="JRS + Divisão de Pessoa + Divisão de Medicna&amp;nbsp;" vertex="1">
          <mxGeometry height="30" width="440" x="1654" y="995" as="geometry" />
        </mxCell>
-         <mxCell id="6d7ICHkEUxfARChrh0_i-43" parent="1" style="rounded=0;whiteSpace=wrap;html=1;strokeWidth=2;fillColor=light-dark(transparent,#FFFFCC);strokeColor=light-dark(#000000,#000000);fontFamily=Helvetica;fontColor=light-dark(#000000,#000000);fontSize=21;labelBorderColor=none;labelBackgroundColor=none;convertToSvg=1;svgWhiteSpace=wrap;fontStyle=0" value="" vertex="1">
+         <mxCell id="6d7ICHkEUxfARChrh0_i-43" parent="1" style="rounded=0;whiteSpace=wrap;html=1;strokeWidth=2;fillColor=light-dark(#FFFFCC,#FFFFCC);strokeColor=light-dark(#000000,#000000);fontFamily=Helvetica;fontColor=light-dark(#000000,#000000);fontSize=21;labelBorderColor=none;labelBackgroundColor=none;convertToSvg=1;svgWhiteSpace=wrap;fontStyle=0" value="" vertex="1">
          <mxGeometry height="30" width="44" x="1600" y="890" as="geometry" />
        </mxCell>
        <mxCell id="6d7ICHkEUxfARChrh0_i-44" parent="1" style="text;html=1;align=left;verticalAlign=middle;fontSize=21;fillColor=none;strokeColor=light-dark(#000000,#000000);fontFamily=Helvetica;fontColor=light-dark(#000000,#000000);labelBorderColor=none;labelBackgroundColor=none;convertToSvg=1;fontStyle=0" value="JRS" vertex="1">
          <mxGeometry height="30" width="440" x="1654" y="890" as="geometry" />
        </mxCell>
-         <mxCell id="6d7ICHkEUxfARChrh0_i-45" parent="1" style="rounded=0;whiteSpace=wrap;html=1;strokeWidth=2;fillColor=light-dark(transparent,#FFB570);strokeColor=light-dark(#000000,#000000);fontFamily=Helvetica;fontColor=light-dark(#000000,#000000);fontSize=21;labelBorderColor=none;labelBackgroundColor=none;convertToSvg=1;svgWhiteSpace=wrap;fontStyle=0" value="" vertex="1">
+         <mxCell id="6d7ICHkEUxfARChrh0_i-45" parent="1" style="rounded=0;whiteSpace=wrap;html=1;strokeWidth=2;fillColor=light-dark(#FFB570,#FFB570);strokeColor=light-dark(#000000,#000000);fontFamily=Helvetica;fontColor=light-dark(#000000,#000000);fontSize=21;labelBorderColor=none;labelBackgroundColor=none;convertToSvg=1;svgWhiteSpace=wrap;fontStyle=0" value="" vertex="1">
          <mxGeometry height="30" width="44" x="1600" y="1105" as="geometry" />
        </mxCell>
        <mxCell id="6d7ICHkEUxfARChrh0_i-46" parent="1" style="text;html=1;align=left;verticalAlign=middle;fontSize=21;fillColor=none;strokeColor=light-dark(#000000,#000000);fontFamily=Helvetica;fontColor=light-dark(#000000,#000000);labelBorderColor=none;labelBackgroundColor=none;convertToSvg=1;fontStyle=0" value="JRS + MPI/CPAL + MPI/CPPB" vertex="1">
          <mxGeometry height="30" width="440" x="1654" y="1105" as="geometry" />
        </mxCell>
      </root>
    </mxGraphModel>
  </diagram>
</mxfile>
